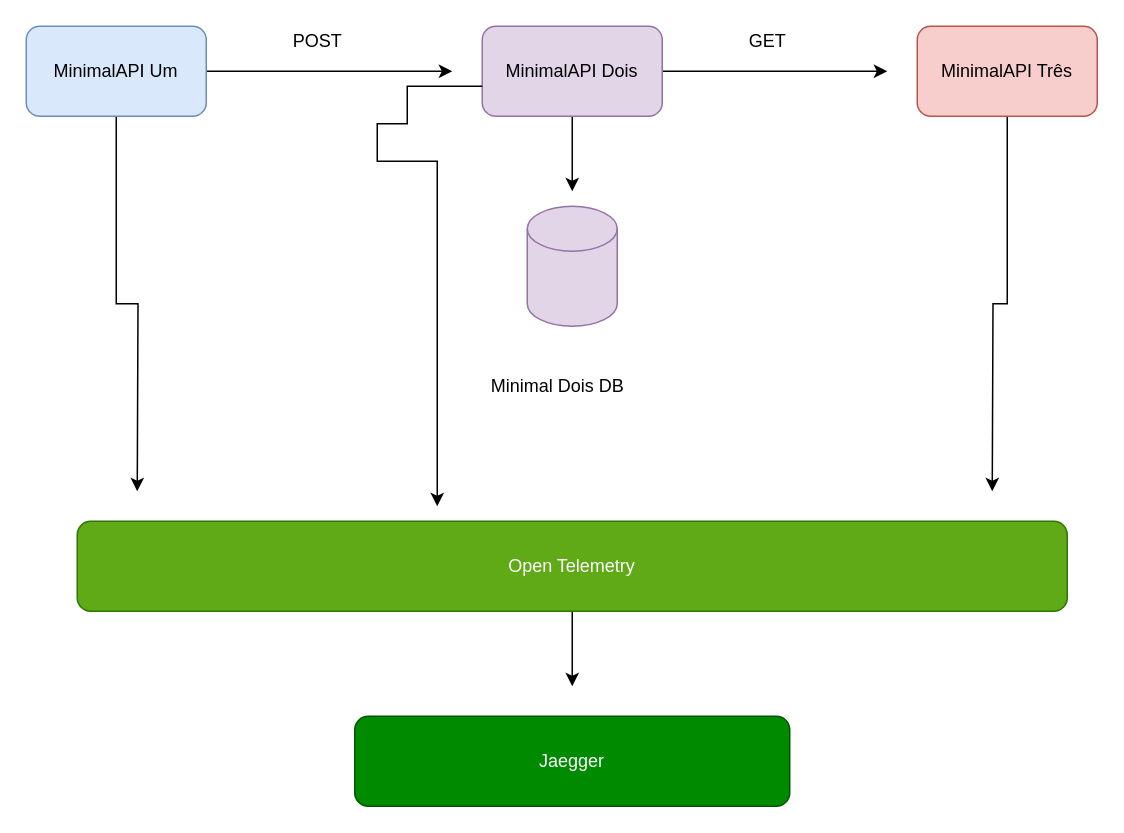
This is apis/diagrama-fluxo-apis.drawio from chagasbass/aspnetcore-distributed-tracing, a draw.io file, before an edit. Source tidied: cells renumbered, new cells numbered last; positions are measured from the earlier drawing's top-left corner, leaving out a move shared by most shapes. Both pictures are drawn from the tidied source at 150%, with x=0, y=0 at pixel (26, 26).
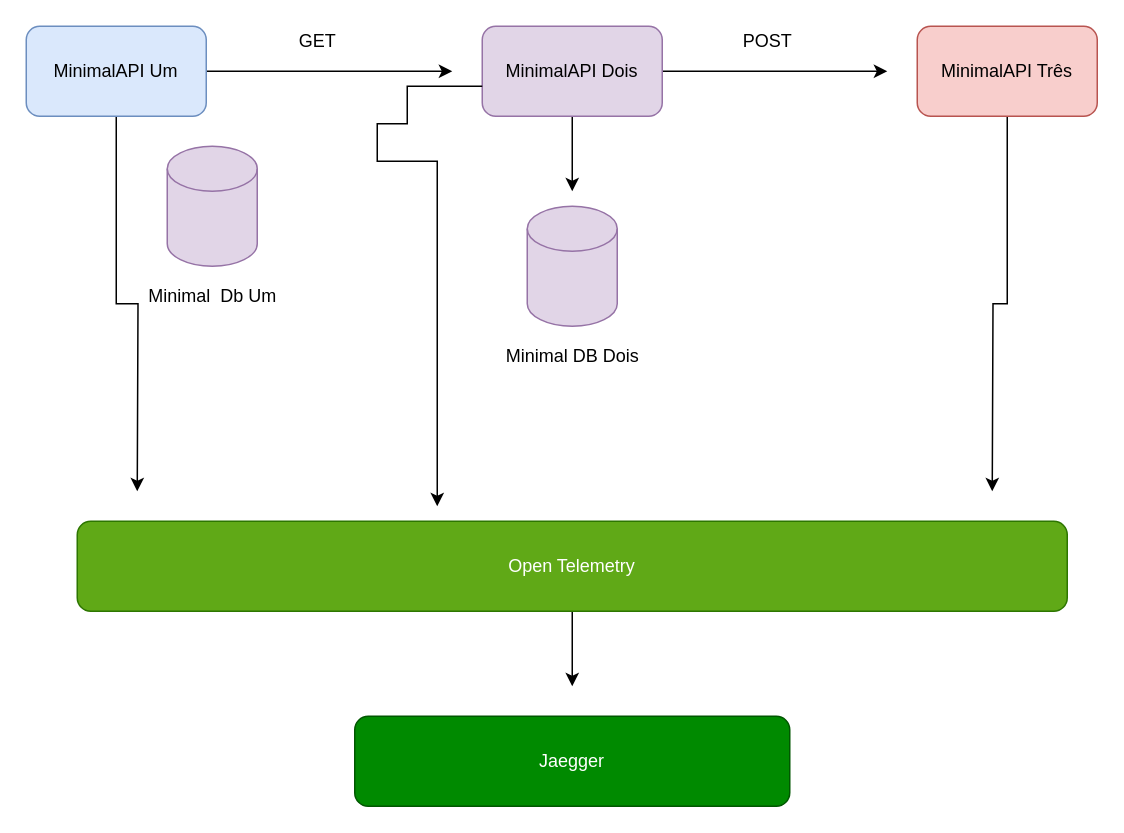
The same page after the edit.

The edit, as a diff of the source:
```diff
@@
-    <mxCell id="10" value="POST" style="text;html=1;align=center;verticalAlign=middle;strokeColor=none;fillColor=none;" parent="1" vertex="1">
-      <mxGeometry x="169" width="50" height="20" as="geometry" />
+    <mxCell id="10" value="GET" style="text;html=1;align=center;verticalAlign=middle;strokeColor=none;fillColor=none;" parent="1" vertex="1">
+      <mxGeometry x="174" width="40" height="20" as="geometry" />
     </mxCell>
@@
-    <mxCell id="12" value="Minimal Dois DB" style="text;html=1;align=center;verticalAlign=middle;strokeColor=none;fillColor=none;" parent="1" vertex="1">
-      <mxGeometry x="304" y="230" width="100" height="20" as="geometry" />
+    <mxCell id="12" value="Minimal DB Dois" style="text;html=1;align=center;verticalAlign=middle;strokeColor=none;fillColor=none;" parent="1" vertex="1">
+      <mxGeometry x="314" y="210" width="100" height="20" as="geometry" />
     </mxCell>
-    <mxCell id="13" value="GET" style="text;html=1;align=center;verticalAlign=middle;strokeColor=none;fillColor=none;" parent="1" vertex="1">
-      <mxGeometry x="474" width="40" height="20" as="geometry" />
+    <mxCell id="13" value="POST" style="text;html=1;align=center;verticalAlign=middle;strokeColor=none;fillColor=none;" parent="1" vertex="1">
+      <mxGeometry x="469" width="50" height="20" as="geometry" />
     </mxCell>
@@
+    <mxCell id="18" style="shape=cylinder3;whiteSpace=wrap;html=1;boundedLbl=1;backgroundOutline=1;size=15;fillColor=#e1d5e7;strokeColor=#9673a6;" parent="1" vertex="1">
+      <mxGeometry x="94" y="80" width="60" height="80" as="geometry" />
+    </mxCell>
+    <mxCell id="19" value="Minimal&amp;nbsp; Db Um" style="text;html=1;align=center;verticalAlign=middle;strokeColor=none;fillColor=none;" parent="1" vertex="1">
+      <mxGeometry x="74" y="170" width="100" height="20" as="geometry" />
+    </mxCell>
```
